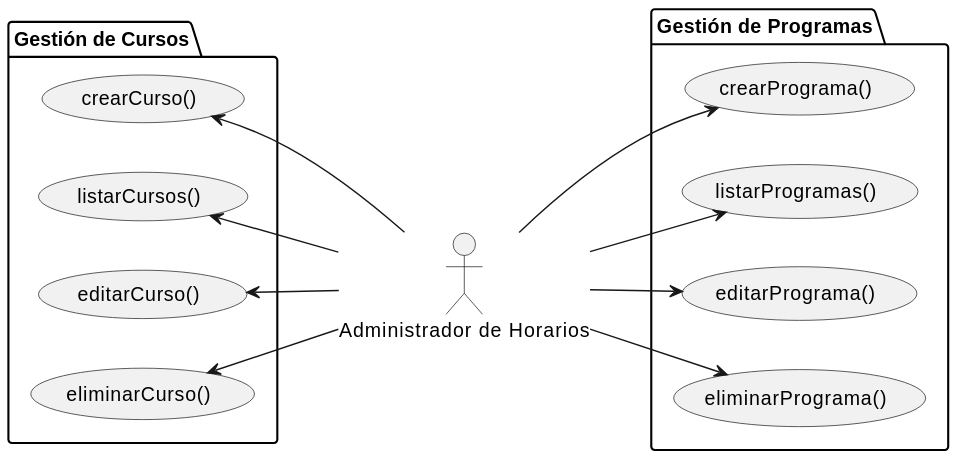
Earlier version of the PlantUML export images/RUP/00-casos-uso/01-actores-casos-uso/actores-casos-uso-001.svg (Hexcss/scheduler). Its diagram source:
```plantuml
@startuml
left to right direction

actor "Administrador de Horarios" as admin

package "Gestión de Programas" {
    usecase crearPrograma as "crearPrograma()"
    usecase listarProgramas as "listarProgramas()"
    usecase editarPrograma as "editarPrograma()"
    usecase eliminarPrograma as "eliminarPrograma()"
}

package "Gestión de Cursos" {
    usecase crearCurso as "crearCurso()"
    usecase listarCursos as "listarCursos()"
    usecase editarCurso as "editarCurso()"
    usecase eliminarCurso as "eliminarCurso()"
}

admin --> (crearPrograma)
admin --> (listarProgramas)
admin --> (editarPrograma)
admin --> (eliminarPrograma)

(crearCurso) <-- admin
(listarCursos) <-- admin
(editarCurso) <-- admin
(eliminarCurso) <-- admin
@enduml
```
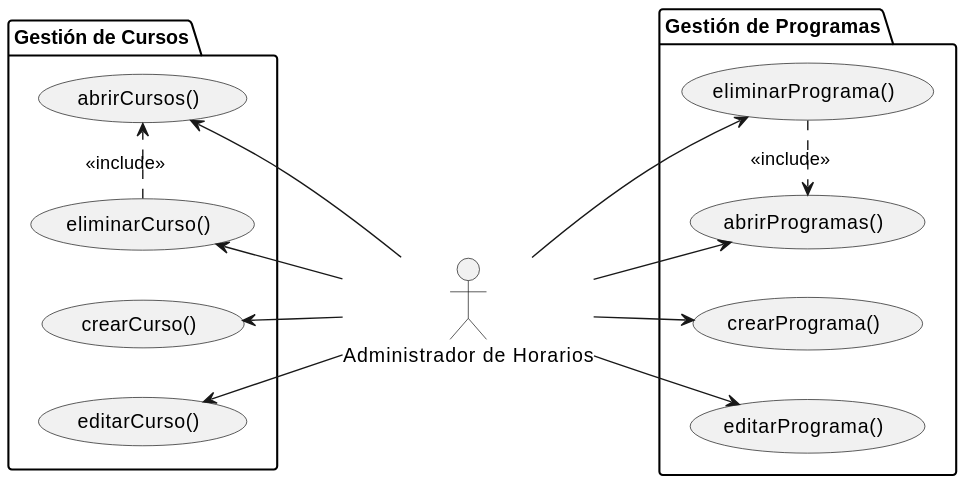
After the change.

The edit, as a diff of the source:
```diff
@@ -5,25 +5,28 @@
 
 package "Gestión de Programas" {
     usecase crearPrograma as "crearPrograma()"
-    usecase listarProgramas as "listarProgramas()"
+    usecase abrirProgramas as "abrirProgramas()"
     usecase editarPrograma as "editarPrograma()"
     usecase eliminarPrograma as "eliminarPrograma()"
 }
 
 package "Gestión de Cursos" {
     usecase crearCurso as "crearCurso()"
-    usecase listarCursos as "listarCursos()"
+    usecase abrirCursos as "abrirCursos()"
     usecase editarCurso as "editarCurso()"
     usecase eliminarCurso as "eliminarCurso()"
 }
 
 admin --> (crearPrograma)
-admin --> (listarProgramas)
+admin --> (abrirProgramas)
 admin --> (editarPrograma)
 admin --> (eliminarPrograma)
 
 (crearCurso) <-- admin
-(listarCursos) <-- admin
+(abrirCursos) <-- admin
 (editarCurso) <-- admin
 (eliminarCurso) <-- admin
+
+eliminarCurso .> abrirCursos : <<include>>
+eliminarPrograma .> abrirProgramas : <<include>>
 @enduml
```
